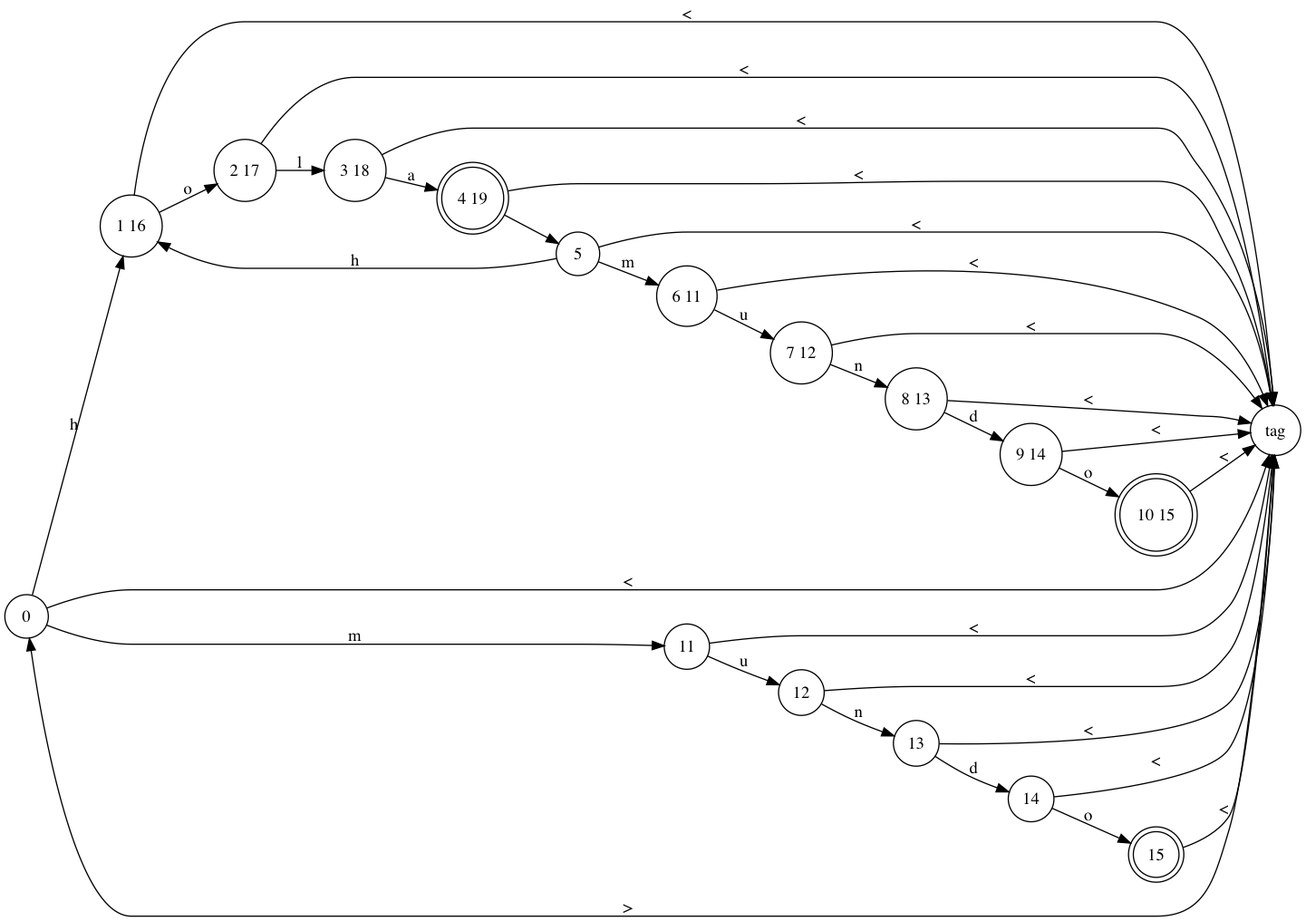
This is determinante.png from GdeAchaval/automaton, a Graphviz export, as it was before one commit. Its source is kept beside it as determinante.dot.
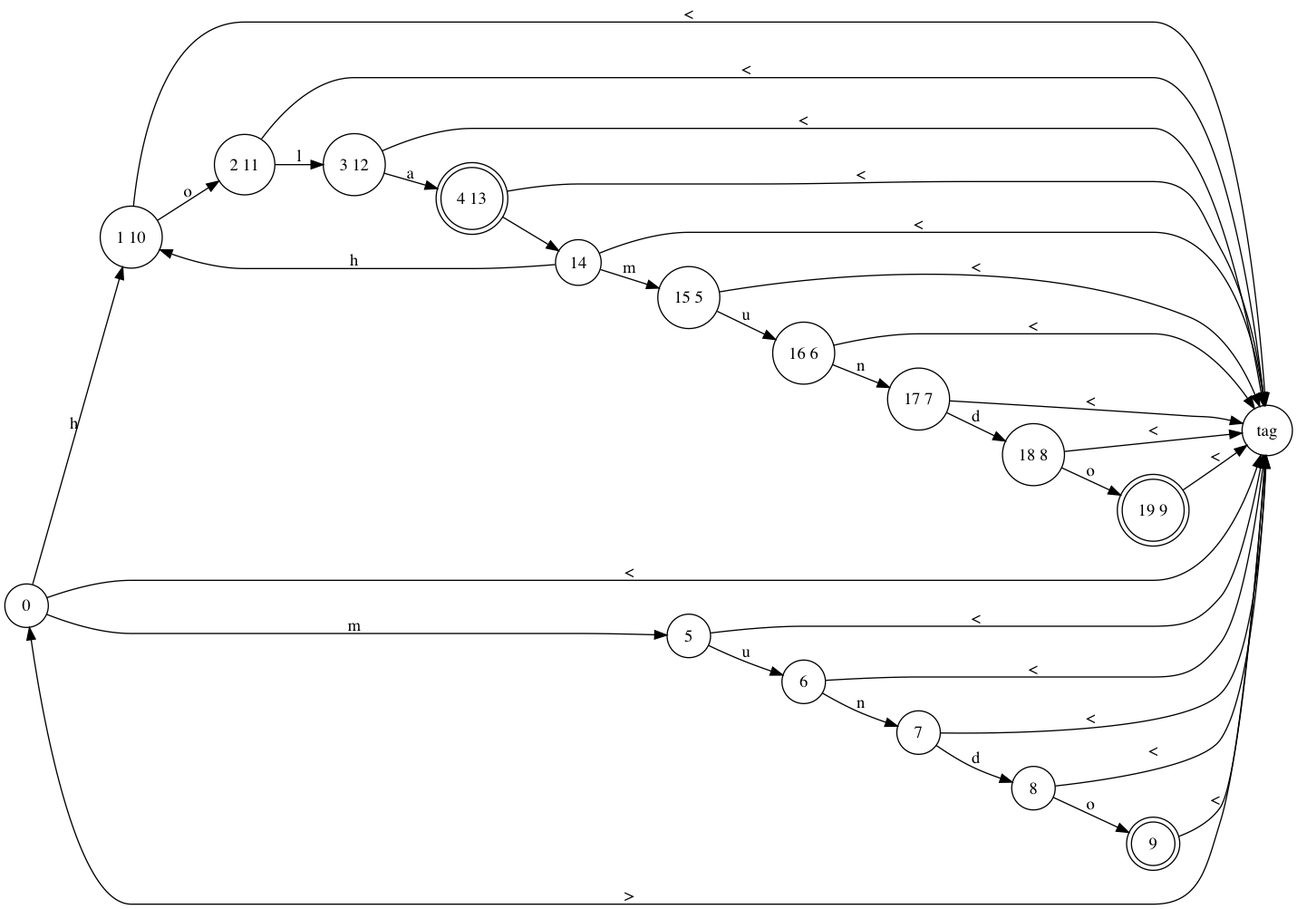
After the commit.

Change to the diagram source:
```diff
@@ -1,54 +1,54 @@
 digraph {
 rankdir = "LR";
 node [shape=circle] Node_0[label="0"];
-node [shape=circle] Node_1_16[label="1 16"];
+node [shape=circle] Node_1_10[label="1 10"];
 node [shape=circle] Node_tag[label="tag"];
-node [shape=circle] Node_11[label="11"];
-node [shape=circle] Node_2_17[label="2 17"];
-node [shape=circle] Node_12[label="12"];
-node [shape=circle] Node_3_18[label="3 18"];
-node [shape=circle] Node_13[label="13"];
-node [shape=doublecircle] Node_4_19[label="4 19"];
+node [shape=circle] Node_5[label="5"];
+node [shape=circle] Node_2_11[label="2 11"];
+node [shape=circle] Node_6[label="6"];
+node [shape=circle] Node_3_12[label="3 12"];
+node [shape=circle] Node_7[label="7"];
+node [shape=doublecircle] Node_4_13[label="4 13"];
+node [shape=circle] Node_8[label="8"];
 node [shape=circle] Node_14[label="14"];
-node [shape=circle] Node_5[label="5"];
-node [shape=doublecircle] Node_15[label="15"];
-node [shape=circle] Node_6_11[label="6 11"];
-node [shape=circle] Node_7_12[label="7 12"];
-node [shape=circle] Node_8_13[label="8 13"];
-node [shape=circle] Node_9_14[label="9 14"];
-node [shape=doublecircle] Node_10_15[label="10 15"];
+node [shape=doublecircle] Node_9[label="9"];
+node [shape=circle] Node_15_5[label="15 5"];
+node [shape=circle] Node_16_6[label="16 6"];
+node [shape=circle] Node_17_7[label="17 7"];
+node [shape=circle] Node_18_8[label="18 8"];
+node [shape=doublecircle] Node_19_9[label="19 9"];
 
-Node_0 -> Node_1_16 [label="h"];
+Node_0 -> Node_1_10 [label="h"];
 Node_0 -> Node_tag [label="<"];
-Node_0 -> Node_11 [label="m"];
-Node_1_16 -> Node_tag [label="<"];
-Node_1_16 -> Node_2_17 [label="o"];
+Node_0 -> Node_5 [label="m"];
+Node_1_10 -> Node_tag [label="<"];
+Node_1_10 -> Node_2_11 [label="o"];
 Node_tag -> Node_0 [label=">"];
-Node_11 -> Node_12 [label="u"];
-Node_11 -> Node_tag [label="<"];
-Node_2_17 -> Node_tag [label="<"];
-Node_2_17 -> Node_3_18 [label="l"];
-Node_12 -> Node_tag [label="<"];
-Node_12 -> Node_13 [label="n"];
-Node_3_18 -> Node_4_19 [label="a"];
-Node_3_18 -> Node_tag [label="<"];
-Node_13 -> Node_14 [label="d"];
-Node_13 -> Node_tag [label="<"];
-Node_4_19 -> Node_5 [label=" "];
-Node_4_19 -> Node_tag [label="<"];
+Node_5 -> Node_6 [label="u"];
+Node_5 -> Node_tag [label="<"];
+Node_2_11 -> Node_tag [label="<"];
+Node_2_11 -> Node_3_12 [label="l"];
+Node_6 -> Node_tag [label="<"];
+Node_6 -> Node_7 [label="n"];
+Node_3_12 -> Node_4_13 [label="a"];
+Node_3_12 -> Node_tag [label="<"];
+Node_7 -> Node_8 [label="d"];
+Node_7 -> Node_tag [label="<"];
+Node_4_13 -> Node_14 [label=" "];
+Node_4_13 -> Node_tag [label="<"];
+Node_8 -> Node_tag [label="<"];
+Node_8 -> Node_9 [label="o"];
+Node_14 -> Node_1_10 [label="h"];
 Node_14 -> Node_tag [label="<"];
-Node_14 -> Node_15 [label="o"];
-Node_5 -> Node_1_16 [label="h"];
-Node_5 -> Node_tag [label="<"];
-Node_5 -> Node_6_11 [label="m"];
-Node_15 -> Node_tag [label="<"];
-Node_6_11 -> Node_7_12 [label="u"];
-Node_6_11 -> Node_tag [label="<"];
-Node_7_12 -> Node_tag [label="<"];
-Node_7_12 -> Node_8_13 [label="n"];
-Node_8_13 -> Node_9_14 [label="d"];
-Node_8_13 -> Node_tag [label="<"];
-Node_9_14 -> Node_tag [label="<"];
-Node_9_14 -> Node_10_15 [label="o"];
-Node_10_15 -> Node_tag [label="<"];
+Node_14 -> Node_15_5 [label="m"];
+Node_9 -> Node_tag [label="<"];
+Node_15_5 -> Node_16_6 [label="u"];
+Node_15_5 -> Node_tag [label="<"];
+Node_16_6 -> Node_tag [label="<"];
+Node_16_6 -> Node_17_7 [label="n"];
+Node_17_7 -> Node_18_8 [label="d"];
+Node_17_7 -> Node_tag [label="<"];
+Node_18_8 -> Node_tag [label="<"];
+Node_18_8 -> Node_19_9 [label="o"];
+Node_19_9 -> Node_tag [label="<"];
 }
```
